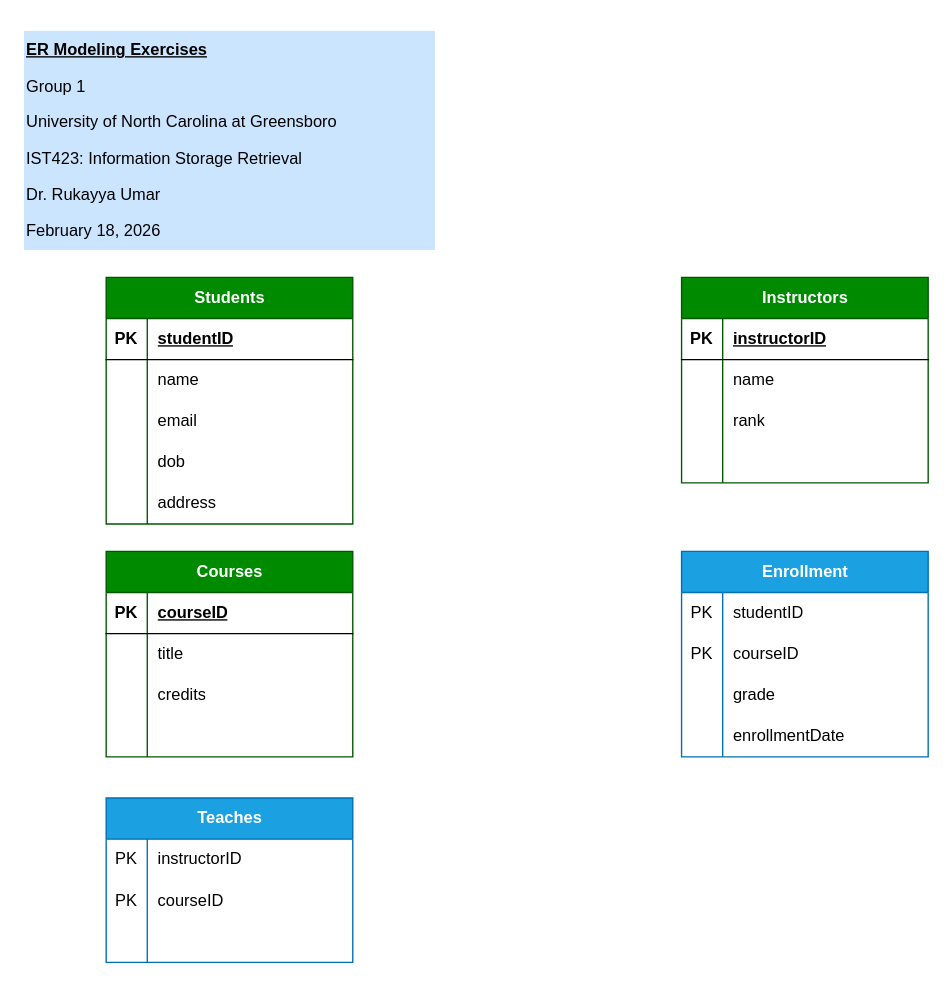
Before: ClassExerciseWk6.drawio in bmontessua/general, a draw.io diagram. Source tidied: cells renumbered, new cells numbered last; positions are measured from the earlier drawing's top-left corner, leaving out a move shared by most shapes. Both pictures are drawn from the tidied source at 137%, with x=0, y=0 at pixel (23, 30).
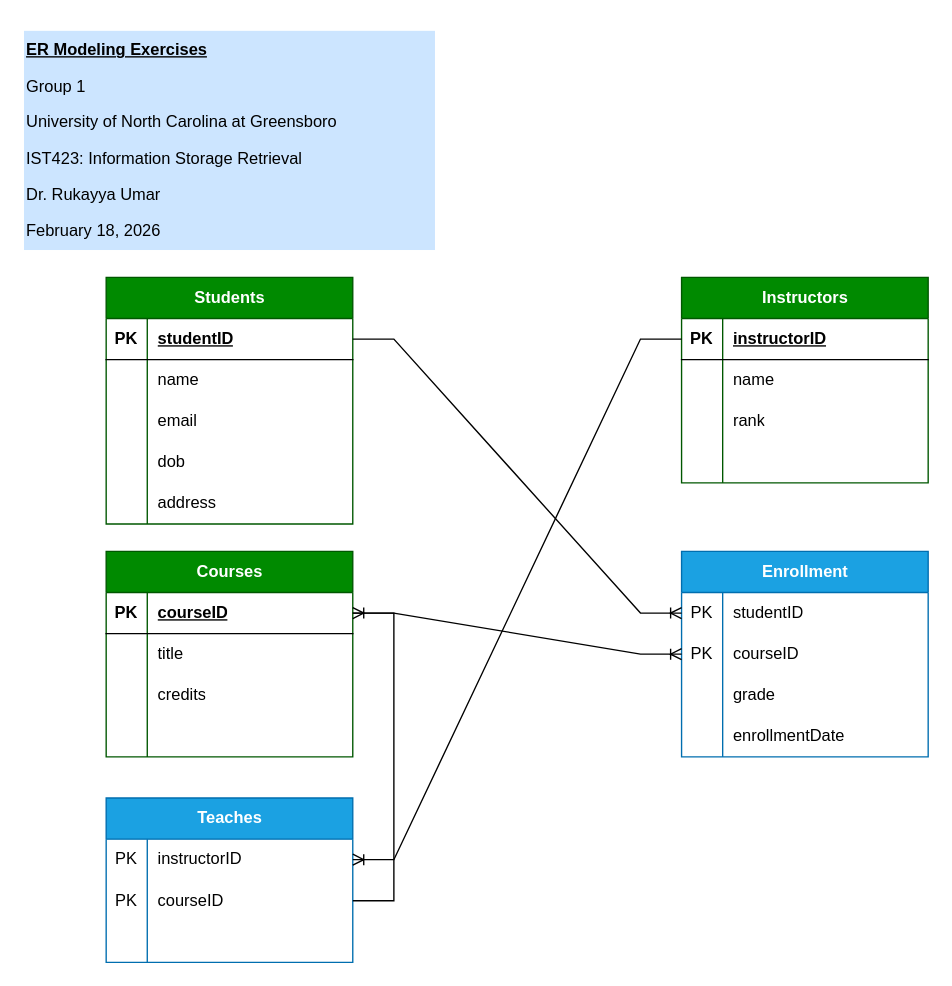
The same diagram, later.

Commit message:
Update ClassExerciseWk6.drawio - rought entity relations

Unchanged cells that the change refers to:
```xml
<mxCell id="3" style="shape=tableRow;horizontal=0;startSize=0;swimlaneHead=0;swimlaneBody=0;fillColor=none;points=[[0,0.5],[1,0.5]];portConstraint=eastwest;top=0;left=0;right=0;bottom=1;" parent="2" vertex="1">
  <mxGeometry y="30" width="180" height="30" as="geometry" />
</mxCell>
<mxCell id="19" style="shape=tableRow;horizontal=0;startSize=0;swimlaneHead=0;swimlaneBody=0;fillColor=none;points=[[0,0.5],[1,0.5]];portConstraint=eastwest;top=0;left=0;right=0;bottom=1;" parent="18" vertex="1">
  <mxGeometry y="30" width="180" height="30" as="geometry" />
</mxCell>
<mxCell id="32" style="shape=tableRow;horizontal=0;startSize=0;swimlaneHead=0;swimlaneBody=0;fillColor=none;points=[[0,0.5],[1,0.5]];portConstraint=eastwest;top=0;left=0;right=0;bottom=1;" parent="31" vertex="1">
  <mxGeometry y="30" width="180" height="30" as="geometry" />
</mxCell>
<mxCell id="45" style="shape=tableRow;horizontal=0;startSize=0;swimlaneHead=0;swimlaneBody=0;fillColor=none;points=[[0,0.5],[1,0.5]];portConstraint=eastwest;top=0;left=0;right=0;bottom=0;" parent="44" vertex="1">
  <mxGeometry y="30" width="180" height="30" as="geometry" />
</mxCell>
<mxCell id="48" style="shape=tableRow;horizontal=0;startSize=0;swimlaneHead=0;swimlaneBody=0;fillColor=none;points=[[0,0.5],[1,0.5]];portConstraint=eastwest;top=0;left=0;right=0;bottom=0;" parent="44" vertex="1">
  <mxGeometry y="60" width="180" height="30" as="geometry" />
</mxCell>
<mxCell id="59" style="shape=tableRow;horizontal=0;startSize=0;swimlaneHead=0;swimlaneBody=0;fillColor=none;points=[[0,0.5],[1,0.5]];portConstraint=eastwest;top=0;left=0;right=0;bottom=0;" parent="58" vertex="1">
  <mxGeometry y="30" width="180" height="30" as="geometry" />
</mxCell>
<mxCell id="62" style="shape=tableRow;horizontal=0;startSize=0;swimlaneHead=0;swimlaneBody=0;fillColor=none;points=[[0,0.5],[1,0.5]];portConstraint=eastwest;top=0;left=0;right=0;bottom=0;" parent="58" vertex="1">
  <mxGeometry y="60" width="180" height="30" as="geometry" />
</mxCell>
```

Diff of the diagram source:
```diff
@@
+    <mxCell id="68" style="edgeStyle=entityRelationEdgeStyle;fontSize=12;html=1;endArrow=ERoneToMany;rounded=0;exitX=1;exitY=0.5;exitDx=0;exitDy=0;entryX=0;entryY=0.5;entryDx=0;entryDy=0;" parent="1" edge="1" source="3" target="45">
+      <mxGeometry relative="1" as="geometry" />
+    </mxCell>
+    <mxCell id="69" style="edgeStyle=entityRelationEdgeStyle;fontSize=12;html=1;endArrow=ERoneToMany;rounded=0;exitX=1;exitY=0.5;exitDx=0;exitDy=0;entryX=0;entryY=0.5;entryDx=0;entryDy=0;" parent="1" edge="1" source="19" target="48">
+      <mxGeometry relative="1" as="geometry" />
+    </mxCell>
+    <mxCell id="70" style="edgeStyle=entityRelationEdgeStyle;fontSize=12;html=1;endArrow=ERoneToMany;rounded=0;exitX=1;exitY=0.5;exitDx=0;exitDy=0;entryX=1;entryY=0.5;entryDx=0;entryDy=0;" parent="1" edge="1" source="62" target="19">
+      <mxGeometry relative="1" as="geometry" />
+    </mxCell>
+    <mxCell id="71" style="edgeStyle=entityRelationEdgeStyle;fontSize=12;html=1;endArrow=ERoneToMany;rounded=0;exitX=0;exitY=0.5;exitDx=0;exitDy=0;entryX=1;entryY=0.5;entryDx=0;entryDy=0;" parent="1" edge="1" source="32" target="59">
+      <mxGeometry relative="1" as="geometry" />
+    </mxCell>
```
